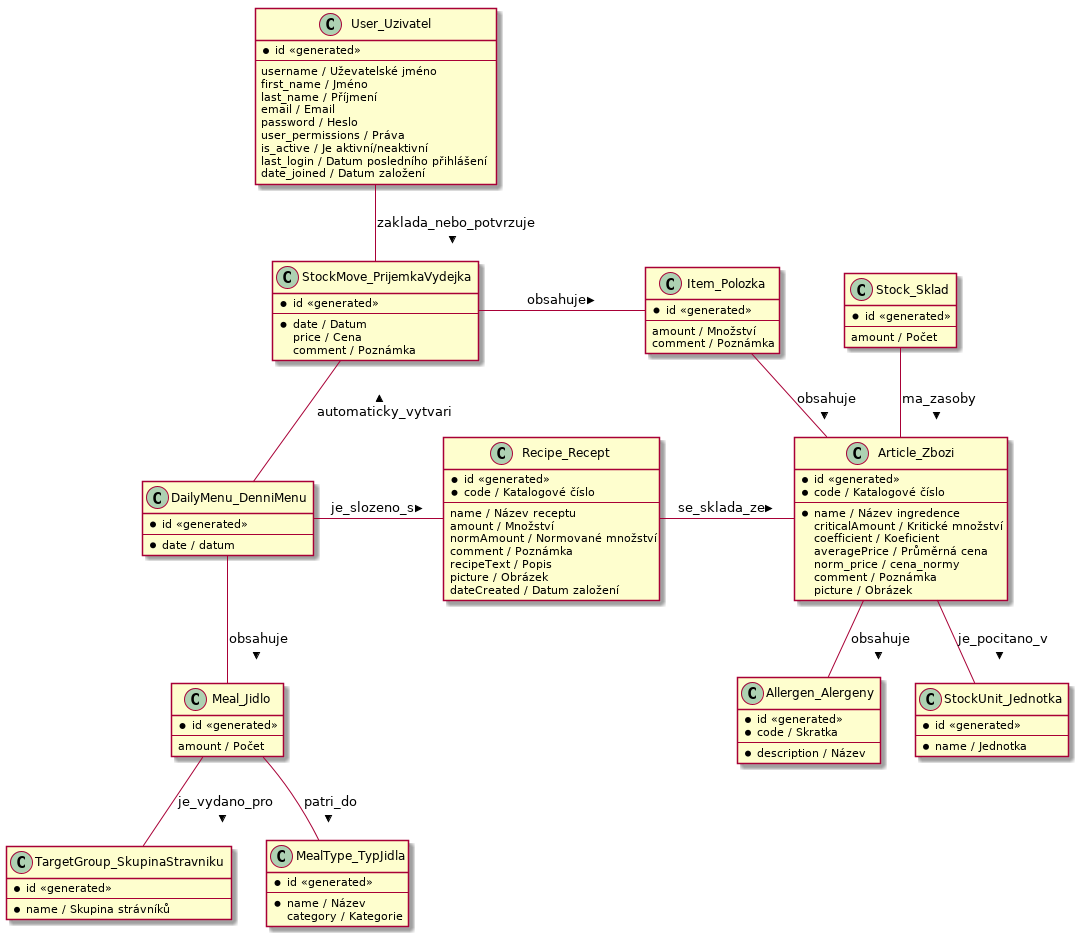
The PlantUML diagram docs/KiCoMa.png in valasek/kicoma, before a commit.
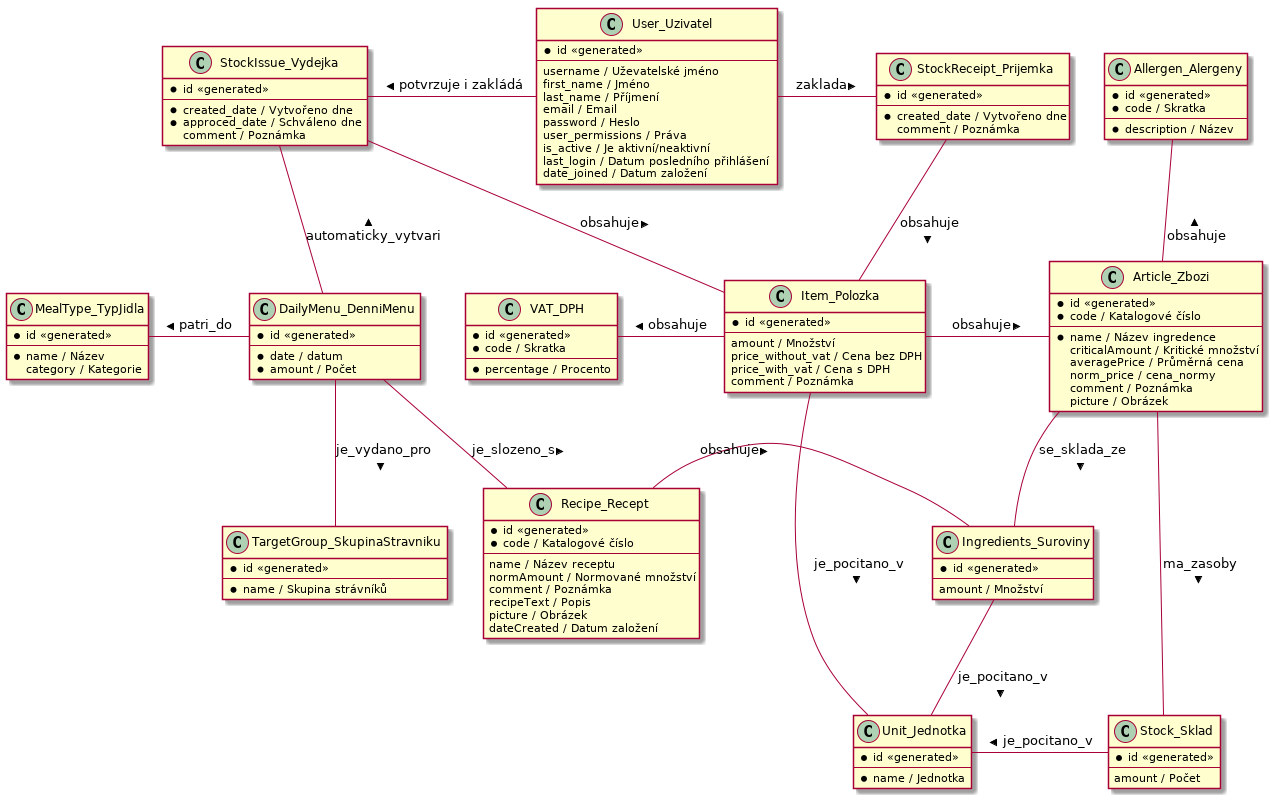
The same file after the commit.

Change to the diagram source:
```diff
@@ -1,24 +1,37 @@
 @startuml "KiCoMa"
 
-DailyMenu_DenniMenu -- Meal_Jidlo : > obsahuje
-DailyMenu_DenniMenu - Recipe_Recept : > je_slozeno_s
+DailyMenu_DenniMenu -- Recipe_Recept : > je_slozeno_s
 
-Meal_Jidlo -- TargetGroup_SkupinaStravniku : > je_vydano_pro
-Meal_Jidlo -- MealType_TypJidla : > patri_do
+DailyMenu_DenniMenu -- TargetGroup_SkupinaStravniku : je_vydano_pro >
+MealType_TypJidla - DailyMenu_DenniMenu : < patri_do
+TargetGroup_SkupinaStravniku -[hidden] Recipe_Recept
 
-Recipe_Recept - Article_Zbozi  : > se_sklada_ze
+Recipe_Recept - Ingredients_Suroviny : obsahuje >
+Article_Zbozi -- Ingredients_Suroviny : > se_sklada_ze
+Ingredients_Suroviny -- Unit_Jednotka : je_pocitano_v >
 
-Article_Zbozi -- Allergen_Alergeny : obsahuje >
-Article_Zbozi -- StockUnit_Jednotka : je_pocitano_v >
+Allergen_Alergeny -- Article_Zbozi : obsahuje <
+Unit_Jednotka - Stock_Sklad : je_pocitano_v <
 
-Stock_Sklad -- Article_Zbozi : ma_zasoby >
+Article_Zbozi -- Stock_Sklad : ma_zasoby >
 
-Item_Polozka -- Article_Zbozi : obsahuje >
+StockReceipt_Prijemka -- Item_Polozka : obsahuje >
+Item_Polozka - Article_Zbozi : obsahuje >
+Item_Polozka -- Unit_Jednotka : je_pocitano_v >
+VAT_DPH - Item_Polozka : obsahuje <
 
-StockMove_PrijemkaVydejka - Item_Polozka : obsahuje >
-StockMove_PrijemkaVydejka -- DailyMenu_DenniMenu : automaticky_vytvari <
+StockIssue_Vydejka - Item_Polozka : obsahuje >
+StockIssue_Vydejka -- DailyMenu_DenniMenu : automaticky_vytvari <
 
-User_Uzivatel -- StockMove_PrijemkaVydejka : zaklada_nebo_potvrzuje >
+User_Uzivatel - StockReceipt_Prijemka : zaklada >
+StockIssue_Vydejka - User_Uzivatel : potvrzuje i zakládá <
+
+class VAT_DPH {
+    *id <<generated>>
+    *code / Skratka
+    --
+    * percentage / Procento
+}
 
 class Allergen_Alergeny {
     *id <<generated>>
@@ -27,7 +40,7 @@
     *description / Název
 }
 
-class StockUnit_Jednotka {
+class Unit_Jednotka {
     *id <<generated>>
     --
     *name / Jednotka
@@ -46,16 +59,11 @@
     category / Kategorie
 }
 
-class Meal_Jidlo {
-    *id <<generated>>
-    --
-    amount / Počet
-}
-
 class DailyMenu_DenniMenu {
     *id <<generated>>
     --
     *date / datum
+    *amount / Počet
 }
 
 class Recipe_Recept {
@@ -63,12 +71,17 @@
     *code / Katalogové číslo
     --
     name / Název receptu
-    amount / Množství
     normAmount / Normované množství
     comment / Poznámka
     recipeText / Popis
     picture / Obrázek
     dateCreated / Datum založení
+}
+
+class Ingredients_Suroviny {
+    *id <<generated>>
+    --
+    amount / Množství
 }
 
 class Article_Zbozi {
@@ -77,7 +90,6 @@
     --
     *name / Název ingredence
     criticalAmount / Kritické množství
-    coefficient / Koeficient
     averagePrice / Průměrná cena
     norm_price / cena_normy
     comment / Poznámka
@@ -88,14 +100,23 @@
     *id <<generated>>
     --
     amount / Množství
+    price_without_vat / Cena bez DPH
+    price_with_vat / Cena s DPH
     comment / Poznámka
 }
 
-class StockMove_PrijemkaVydejka {
+class StockReceipt_Prijemka {
     *id <<generated>>
     --
-    * date / Datum
-    price / Cena
+    * created_date / Vytvořeno dne
+    comment / Poznámka
+}
+
+class StockIssue_Vydejka {
+    *id <<generated>>
+    --
+    * created_date / Vytvořeno dne
+    * approced_date / Schváleno dne
     comment / Poznámka
 }
 
```
